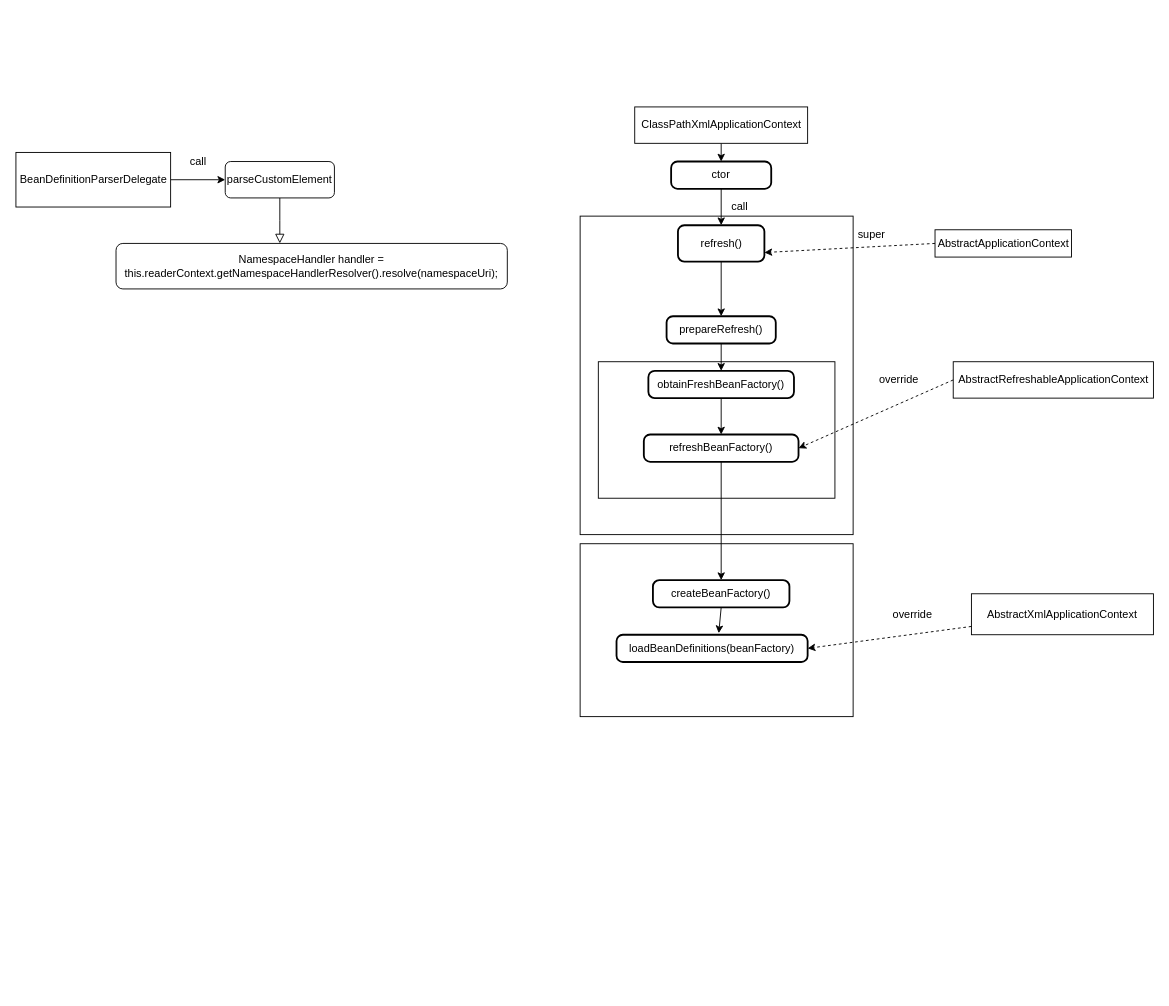
Earlier version of the draw.io diagram diagrams/springframework1.drawio (arxobject/spring_analysis). Source tidied: cells renumbered, new cells numbered last; positions are measured from the earlier drawing's top-left corner, leaving out a move shared by most shapes. Both pictures are drawn from the tidied source at 91%, with x=0, y=0 at pixel (15, 106).
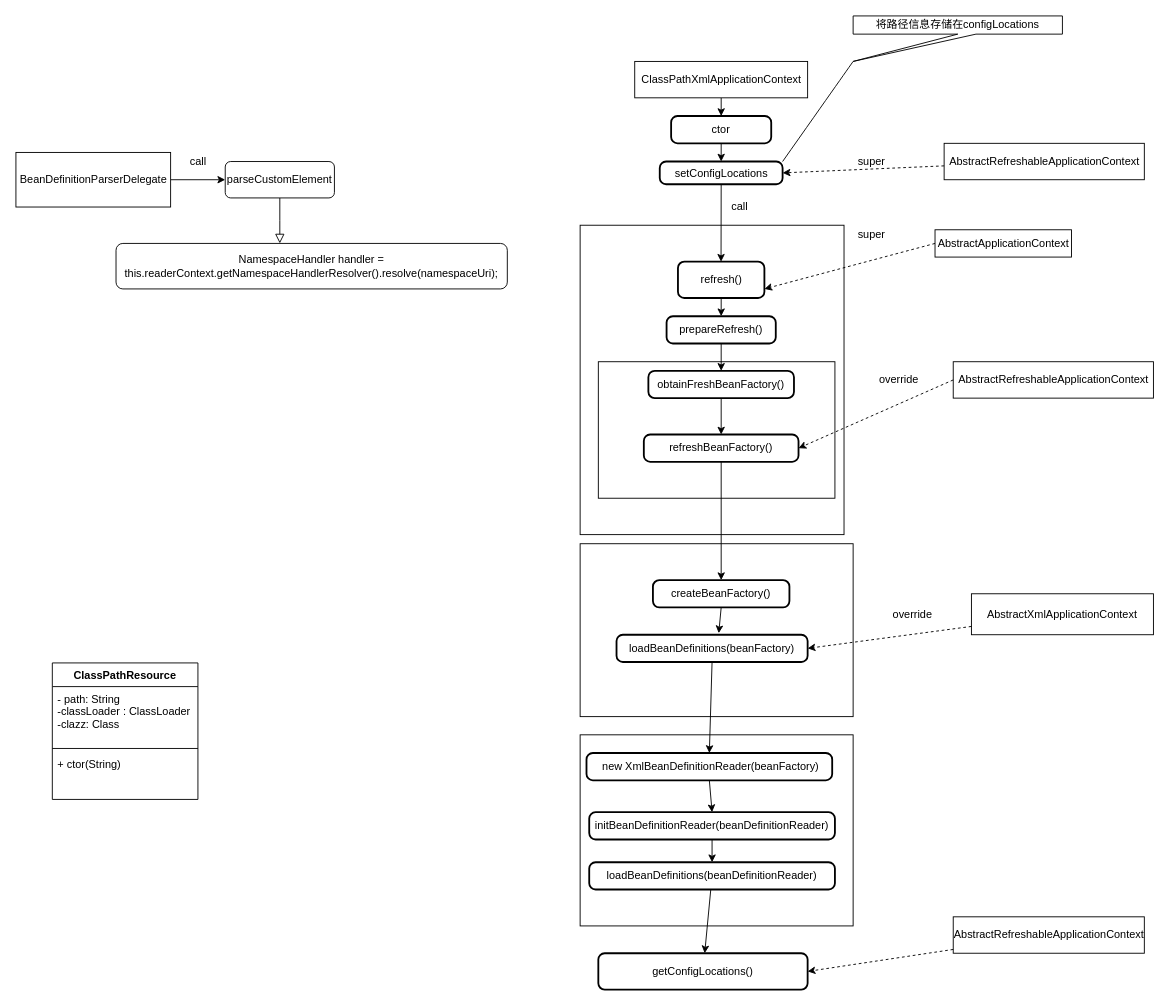
The same diagram, later.

Unchanged cells that the change refers to:
```xml
<mxCell id="32" value="loadBeanDefinitions(beanFactory)" style="rounded=1;whiteSpace=wrap;html=1;absoluteArcSize=1;arcSize=14;strokeWidth=2;fillColor=none;" parent="1" vertex="1">
  <mxGeometry x="660" y="580" width="210" height="30" as="geometry" />
</mxCell>
```

What changed in the source:
```diff
@@
     <mxCell id="9" value="ClassPathXmlApplicationContext" style="html=1;" parent="1" vertex="1">
-      <mxGeometry x="680" width="190" height="40" as="geometry" />
+      <mxGeometry x="680" y="-50" width="190" height="40" as="geometry" />
     </mxCell>
@@
     <mxCell id="11" value="refresh()" style="rounded=1;whiteSpace=wrap;html=1;absoluteArcSize=1;arcSize=14;strokeWidth=2;" parent="1" vertex="1">
-      <mxGeometry x="727.5" y="130" width="95" height="40" as="geometry" />
+      <mxGeometry x="727.5" y="170" width="95" height="40" as="geometry" />
     </mxCell>
@@
     <mxCell id="13" style="rounded=0;whiteSpace=wrap;html=1;fillColor=none;" parent="1" vertex="1">
-      <mxGeometry x="620" y="120" width="300" height="350" as="geometry" />
+      <mxGeometry x="620" y="130" width="290" height="340" as="geometry" />
     </mxCell>
@@
-    <mxCell id="18" style="edgeStyle=orthogonalEdgeStyle;rounded=0;jettySize=auto;html=1;exitX=0.5;exitY=1;exitDx=0;exitDy=0;entryX=0.5;entryY=0;entryDx=0;entryDy=0;" parent="1" edge="1" source="19" target="11">
-      <mxGeometry relative="1" as="geometry" />
-    </mxCell>
+    <mxCell id="36" style="edgeStyle=none;rounded=0;jettySize=auto;html=1;exitX=0.5;exitY=1;exitDx=0;exitDy=0;entryX=0.5;entryY=0;entryDx=0;entryDy=0;" parent="1" edge="1" source="19" target="53">
+      <mxGeometry relative="1" as="geometry" />
+    </mxCell>
     <mxCell id="19" value="ctor" style="rounded=1;whiteSpace=wrap;html=1;absoluteArcSize=1;arcSize=14;strokeWidth=2;fillColor=none;" parent="1" vertex="1">
-      <mxGeometry x="720" y="60" width="110" height="30" as="geometry" />
+      <mxGeometry x="720" y="10" width="110" height="30" as="geometry" />
     </mxCell>
@@
+    <mxCell id="37" style="edgeStyle=none;rounded=0;jettySize=auto;html=1;exitX=0.5;exitY=1;exitDx=0;exitDy=0;entryX=0.5;entryY=0;entryDx=0;entryDy=0;" parent="1" edge="1" source="32" target="43">
+      <mxGeometry relative="1" as="geometry" />
+    </mxCell>
@@
+    <mxCell id="38" value="ClassPathResource" style="swimlane;fontStyle=1;align=center;verticalAlign=top;horizontal=1;startSize=26;fillColor=none;" parent="1" vertex="1">
+      <mxGeometry x="40" y="611" width="160" height="150" as="geometry" />
+    </mxCell>
+    <mxCell id="39" value="- path: String&#10;-classLoader : ClassLoader&#10;-clazz: Class" style="text;strokeColor=none;fillColor=none;align=left;verticalAlign=top;spacingLeft=4;spacingRight=4;overflow=hidden;" parent="38" vertex="1">
+      <mxGeometry y="26" width="160" height="64" as="geometry" />
+    </mxCell>
+    <mxCell id="40" style="line;strokeWidth=1;fillColor=none;align=left;verticalAlign=middle;spacingTop=-1;spacingLeft=3;spacingRight=3;labelPosition=right;" parent="38" vertex="1">
+      <mxGeometry y="90" width="160" height="8" as="geometry" />
+    </mxCell>
+    <mxCell id="41" value="+ ctor(String)" style="text;strokeColor=none;fillColor=none;align=left;verticalAlign=top;spacingLeft=4;spacingRight=4;overflow=hidden;" parent="38" vertex="1">
+      <mxGeometry y="98" width="160" height="52" as="geometry" />
+    </mxCell>
+    <mxCell id="42" style="edgeStyle=none;rounded=0;jettySize=auto;html=1;exitX=0.5;exitY=1;exitDx=0;exitDy=0;entryX=0.5;entryY=0;entryDx=0;entryDy=0;" parent="1" edge="1" source="43" target="46">
+      <mxGeometry relative="1" as="geometry" />
+    </mxCell>
+    <mxCell id="43" value="&amp;nbsp;new XmlBeanDefinitionReader(beanFactory)" style="rounded=1;whiteSpace=wrap;html=1;absoluteArcSize=1;arcSize=14;strokeWidth=2;fillColor=none;" parent="1" vertex="1">
+      <mxGeometry x="627" y="710" width="270" height="30" as="geometry" />
+    </mxCell>
+    <mxCell id="44" style="rounded=0;whiteSpace=wrap;html=1;fillColor=none;" parent="1" vertex="1">
+      <mxGeometry x="620" y="690" width="300" height="210" as="geometry" />
+    </mxCell>
+    <mxCell id="45" style="edgeStyle=none;rounded=0;jettySize=auto;html=1;exitX=0.5;exitY=1;exitDx=0;exitDy=0;entryX=0.5;entryY=0;entryDx=0;entryDy=0;" parent="1" edge="1" source="46" target="48">
+      <mxGeometry relative="1" as="geometry" />
+    </mxCell>
+    <mxCell id="46" value="initBeanDefinitionReader(beanDefinitionReader)" style="rounded=1;whiteSpace=wrap;html=1;absoluteArcSize=1;arcSize=14;strokeWidth=2;fillColor=none;" parent="1" vertex="1">
+      <mxGeometry x="630" y="775" width="270" height="30" as="geometry" />
+    </mxCell>
+    <mxCell id="47" style="edgeStyle=none;rounded=0;jettySize=auto;html=1;" parent="1" edge="1" source="48" target="49">
+      <mxGeometry relative="1" as="geometry" />
+    </mxCell>
+    <mxCell id="48" value="loadBeanDefinitions(beanDefinitionReader)" style="rounded=1;whiteSpace=wrap;html=1;absoluteArcSize=1;arcSize=14;strokeWidth=2;fillColor=none;" parent="1" vertex="1">
+      <mxGeometry x="630" y="830" width="270" height="30" as="geometry" />
+    </mxCell>
+    <mxCell id="49" value="getConfigLocations()" style="rounded=1;whiteSpace=wrap;html=1;absoluteArcSize=1;arcSize=14;strokeWidth=2;fillColor=none;" parent="1" vertex="1">
+      <mxGeometry x="640" y="930" width="230" height="40" as="geometry" />
+    </mxCell>
+    <mxCell id="50" style="edgeStyle=none;rounded=0;jettySize=auto;html=1;entryX=1;entryY=0.5;entryDx=0;entryDy=0;dashed=1;" parent="1" edge="1" source="51" target="49">
+      <mxGeometry relative="1" as="geometry" />
+    </mxCell>
+    <mxCell id="51" value="AbstractRefreshableApplicationContext" style="html=1;fillColor=none;" parent="1" vertex="1">
+      <mxGeometry x="1030" y="890" width="210" height="40" as="geometry" />
+    </mxCell>
+    <mxCell id="52" style="edgeStyle=none;rounded=0;jettySize=auto;html=1;exitX=0.5;exitY=1;exitDx=0;exitDy=0;entryX=0.534;entryY=0.118;entryDx=0;entryDy=0;entryPerimeter=0;" parent="1" edge="1" source="53" target="13">
+      <mxGeometry relative="1" as="geometry" />
+    </mxCell>
+    <mxCell id="53" value="setConfigLocations" style="rounded=1;whiteSpace=wrap;html=1;absoluteArcSize=1;arcSize=14;strokeWidth=2;fillColor=none;" parent="1" vertex="1">
+      <mxGeometry x="707.5" y="60" width="135" height="25" as="geometry" />
+    </mxCell>
+    <mxCell id="54" style="edgeStyle=none;rounded=0;jettySize=auto;html=1;entryX=1;entryY=0.5;entryDx=0;entryDy=0;dashed=1;" parent="1" edge="1" source="55" target="53">
+      <mxGeometry relative="1" as="geometry" />
+    </mxCell>
+    <mxCell id="55" value="AbstractRefreshableApplicationContext" style="html=1;fillColor=none;" parent="1" vertex="1">
+      <mxGeometry x="1020" y="40" width="220" height="40" as="geometry" />
+    </mxCell>
+    <mxCell id="56" value="super" style="text;html=1;align=center;verticalAlign=middle;fillColor=none;strokeColor=none;rounded=0;" parent="1" vertex="1">
+      <mxGeometry x="915" y="50" width="50" height="20" as="geometry" />
+    </mxCell>
+    <mxCell id="57" style="edgeStyle=none;rounded=0;jettySize=auto;html=1;exitX=0;exitY=0;exitDx=0;exitDy=50;exitPerimeter=0;dashed=1;strokeColor=none;" parent="1" edge="1" source="59">
+      <mxGeometry relative="1" as="geometry">
+        <mxPoint x="850" y="70" as="targetPoint" />
+      </mxGeometry>
+    </mxCell>
+    <mxCell id="58" style="edgeStyle=none;jettySize=auto;html=1;entryX=1;entryY=0;entryDx=0;entryDy=0;exitX=0;exitY=0;exitDx=0;exitDy=50;exitPerimeter=0;curved=1;endArrow=none;endFill=0;" parent="1" edge="1" source="59" target="53">
+      <mxGeometry relative="1" as="geometry" />
+    </mxCell>
+    <mxCell id="59" value="将路径信息存储在configLocations" style="shape=callout;whiteSpace=wrap;html=1;perimeter=calloutPerimeter;fillColor=none;position2=0;" parent="1" vertex="1">
+      <mxGeometry x="920" y="-100" width="230" height="50" as="geometry" />
+    </mxCell>
```
